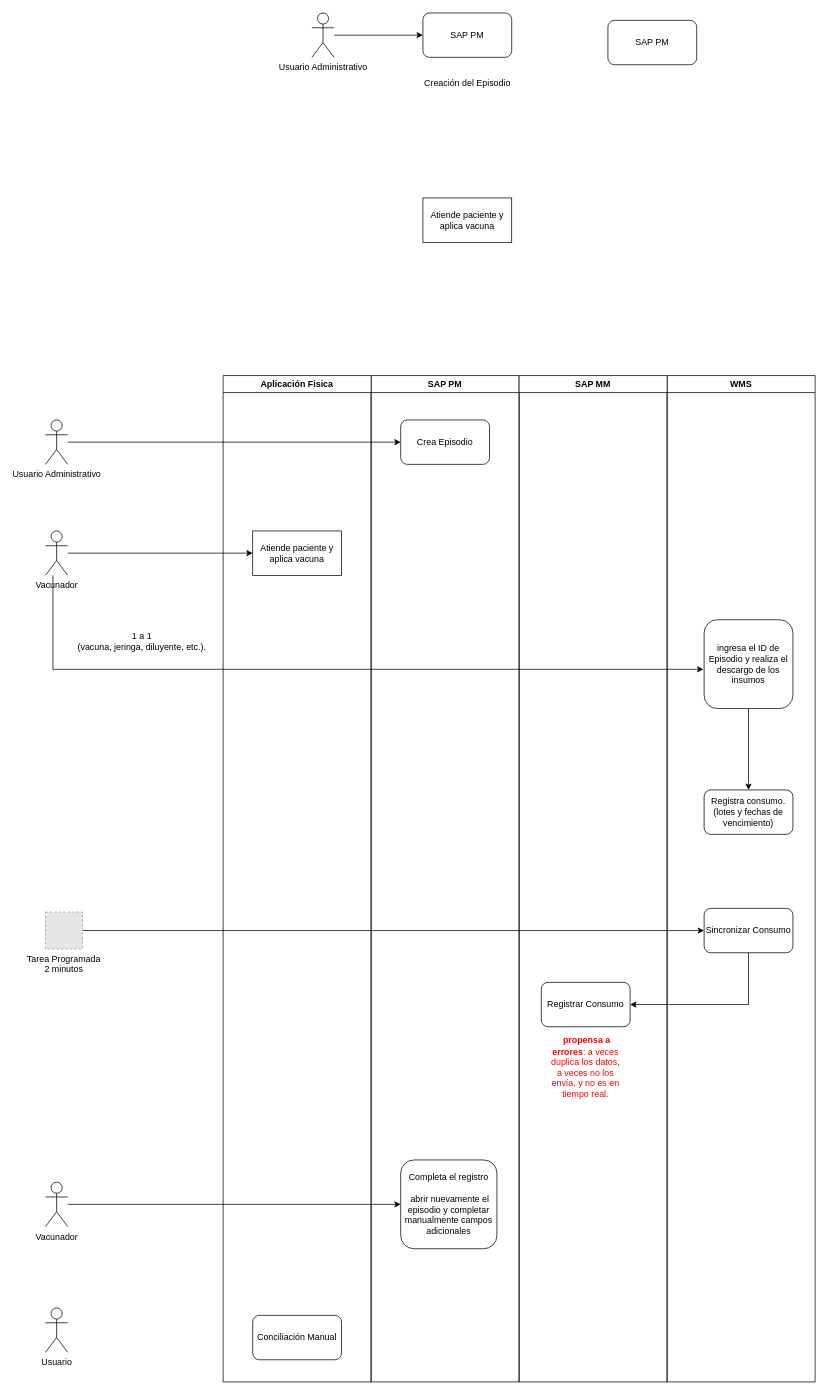
The draw.io diagram Arquitectura Inmunización.drawio in carlosvalderrama1204/diagrams, before the edit. Source tidied: cells renumbered, new cells numbered last; positions are measured from the earlier drawing's top-left corner, leaving out a move shared by most shapes. Both pictures are drawn from the tidied source at 74%, with x=0, y=0 at pixel (45, 13). Pictures stored in the file or linked from it are replaced by grey dashed boxes.
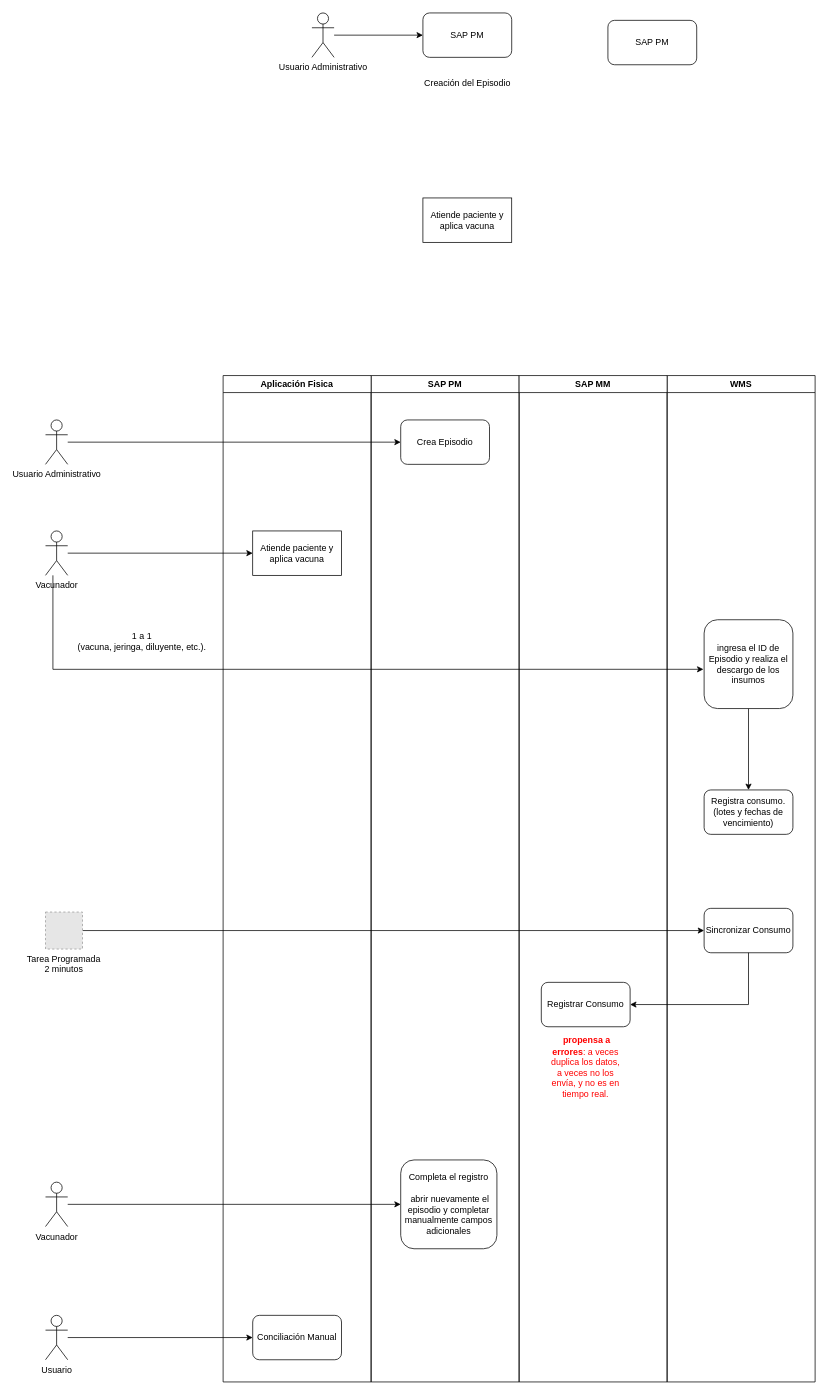
After the change.

The change refers to these unchanged cells:
```xml
<mxCell id="20" value="Conciliación Manual" style="rounded=1;whiteSpace=wrap;html=1;" parent="18" vertex="1">
  <mxGeometry x="40" y="1270" width="120" height="60" as="geometry" />
</mxCell>
```

The edit, as a diff of the source:
```diff
@@
+    <mxCell id="34" style="edgeStyle=orthogonalEdgeStyle;rounded=0;jettySize=auto;html=1;entryX=0;entryY=0.5;entryDx=0;entryDy=0;" parent="1" edge="1" source="33" target="20">
+      <mxGeometry relative="1" as="geometry" />
+    </mxCell>
     <mxCell id="33" value="Usuario" style="shape=umlActor;verticalLabelPosition=bottom;verticalAlign=top;html=1;outlineConnect=0;" parent="1" vertex="1">
-      <mxGeometry y="1750" width="30" height="60" as="geometry" />
+      <mxGeometry y="1760" width="30" height="60" as="geometry" />
     </mxCell>
```
